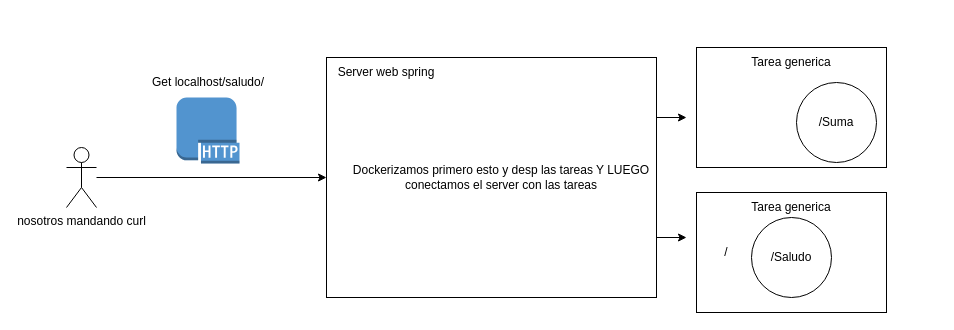
This is TP1/ej7/Diagrama sin título.drawio from Fedesin/sdypp-Salazar-Scafati-Simone, a draw.io file, before an edit. Source tidied: cells renumbered, new cells numbered last; positions are measured from the earlier drawing's top-left corner, leaving out a move shared by most shapes. Both pictures are drawn from the tidied source at 100%, with x=0, y=0 at pixel (66, 47). Pictures stored in the file or linked from it are replaced by grey dashed boxes.
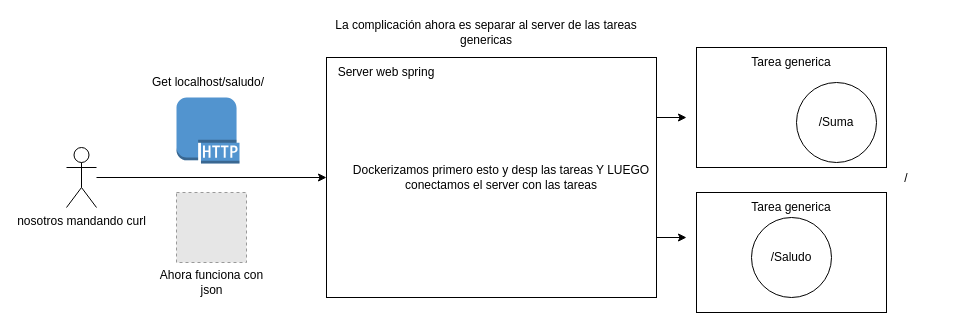
Above is the later version.

Commit message (it also covers changes not shown here):
actualizo el diagrama de como venimos

The edit, as a diff of the source:
```diff
@@
     <mxCell id="15" value="/" style="text;html=1;strokeColor=none;fillColor=none;align=center;verticalAlign=middle;whiteSpace=wrap;rounded=0;" parent="1" vertex="1">
-      <mxGeometry x="630" y="190" width="60" height="30" as="geometry" />
+      <mxGeometry x="810" y="116" width="60" height="30" as="geometry" />
     </mxCell>
@@
+    <mxCell id="18" style="fillColor=#E6E6E6;strokeColor=#999999;dashed=1;html=1;verticalAlign=top;verticalLabelPosition=bottom;labelBackgroundColor=#ffffff;" parent="1" vertex="1">
+      <mxGeometry x="110" y="145" width="70" height="70" as="geometry" />
+    </mxCell>
+    <mxCell id="19" value="Ahora funciona con json" style="text;html=1;strokeColor=none;fillColor=none;align=center;verticalAlign=middle;whiteSpace=wrap;rounded=0;" parent="1" vertex="1">
+      <mxGeometry x="87.5" y="220" width="115" height="30" as="geometry" />
+    </mxCell>
+    <mxCell id="20" value="La complicación ahora es separar al server de las tareas genericas" style="text;html=1;strokeColor=none;fillColor=none;align=center;verticalAlign=middle;whiteSpace=wrap;rounded=0;" parent="1" vertex="1">
+      <mxGeometry x="260" y="-30" width="320" height="30" as="geometry" />
+    </mxCell>
```
